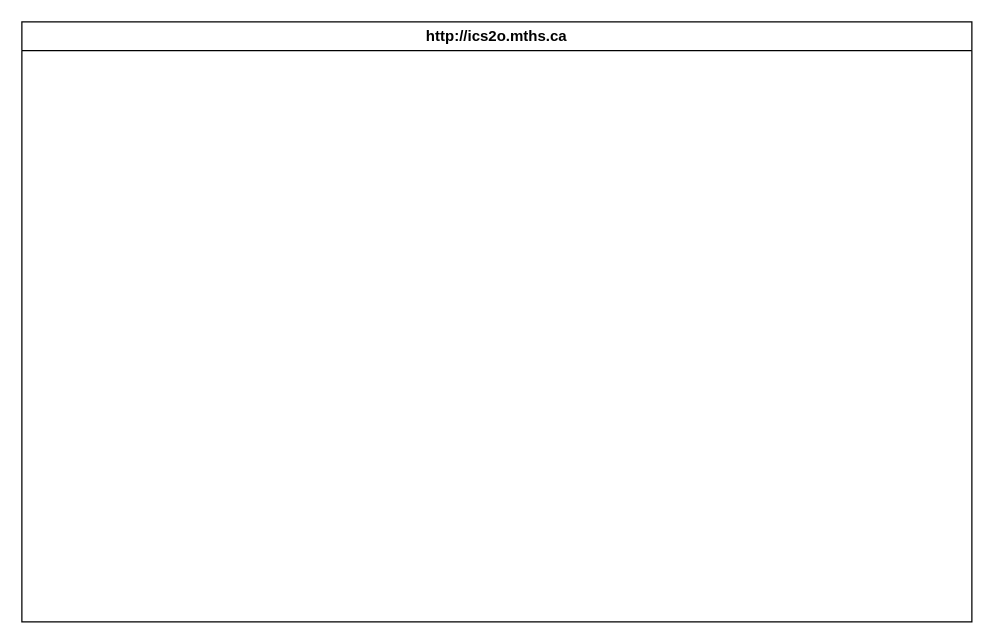
Earlier version of the draw.io diagram design/storyboard.drawio (MTHS-ICS2O-2-2022/ICS2O-Unit-5-04-jakub-malhotra). Source tidied: cells renumbered, new cells numbered last; positions are measured from the earlier drawing's top-left corner, leaving out a move shared by most shapes. Both pictures are drawn from the tidied source at 125%, with x=0, y=0 at pixel (21, 21).
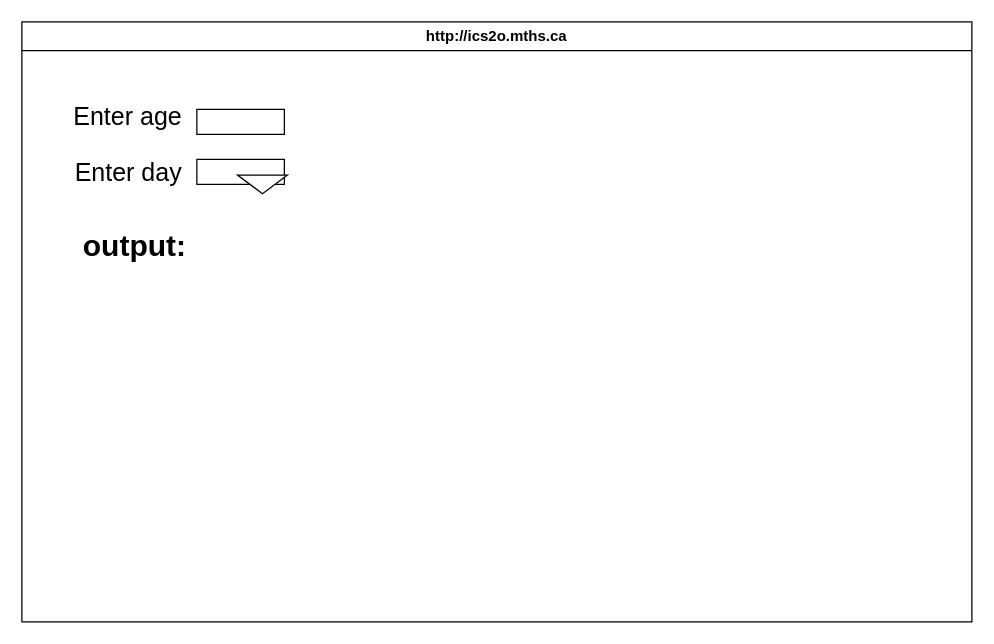
The same diagram, later.

What changed in the source:
```diff
@@
 <mxGraphModel>
   <root>
     <mxCell id="0" />
     <mxCell id="1" parent="0" />
     <mxCell id="2" value="http://ics2o.mths.ca" style="swimlane;whiteSpace=wrap;html=1;" parent="1" vertex="1">
       <mxGeometry width="760" height="480" as="geometry" />
     </mxCell>
+    <mxCell id="3" value="&lt;font style=&quot;font-size: 20px;&quot;&gt;Enter age&lt;/font&gt;" style="text;html=1;strokeColor=none;fillColor=none;align=center;verticalAlign=middle;whiteSpace=wrap;rounded=0;" parent="2" vertex="1">
+      <mxGeometry x="40" y="60" width="90" height="30" as="geometry" />
+    </mxCell>
+    <mxCell id="4" style="whiteSpace=wrap;html=1;fontSize=20;" parent="2" vertex="1">
+      <mxGeometry x="140" y="70" width="70" height="20" as="geometry" />
+    </mxCell>
+    <mxCell id="5" value="Enter day" style="text;html=1;align=center;verticalAlign=middle;strokeColor=none;fillColor=none;fontSize=20;" parent="2" vertex="1">
+      <mxGeometry x="30" y="100" width="110" height="40" as="geometry" />
+    </mxCell>
+    <mxCell id="6" style="rounded=0;whiteSpace=wrap;html=1;fontSize=20;" parent="2" vertex="1">
+      <mxGeometry x="140" y="110" width="70" height="20" as="geometry" />
+    </mxCell>
+    <mxCell id="7" style="triangle;whiteSpace=wrap;html=1;fontSize=20;rotation=90;" parent="2" vertex="1">
+      <mxGeometry x="185" y="110" width="15" height="40" as="geometry" />
+    </mxCell>
+    <mxCell id="8" value="output:" style="text;strokeColor=none;fillColor=none;html=1;fontSize=24;fontStyle=1;verticalAlign=middle;align=center;" parent="2" vertex="1">
+      <mxGeometry x="40" y="160" width="100" height="40" as="geometry" />
+    </mxCell>
   </root>
 </mxGraphModel>
```
